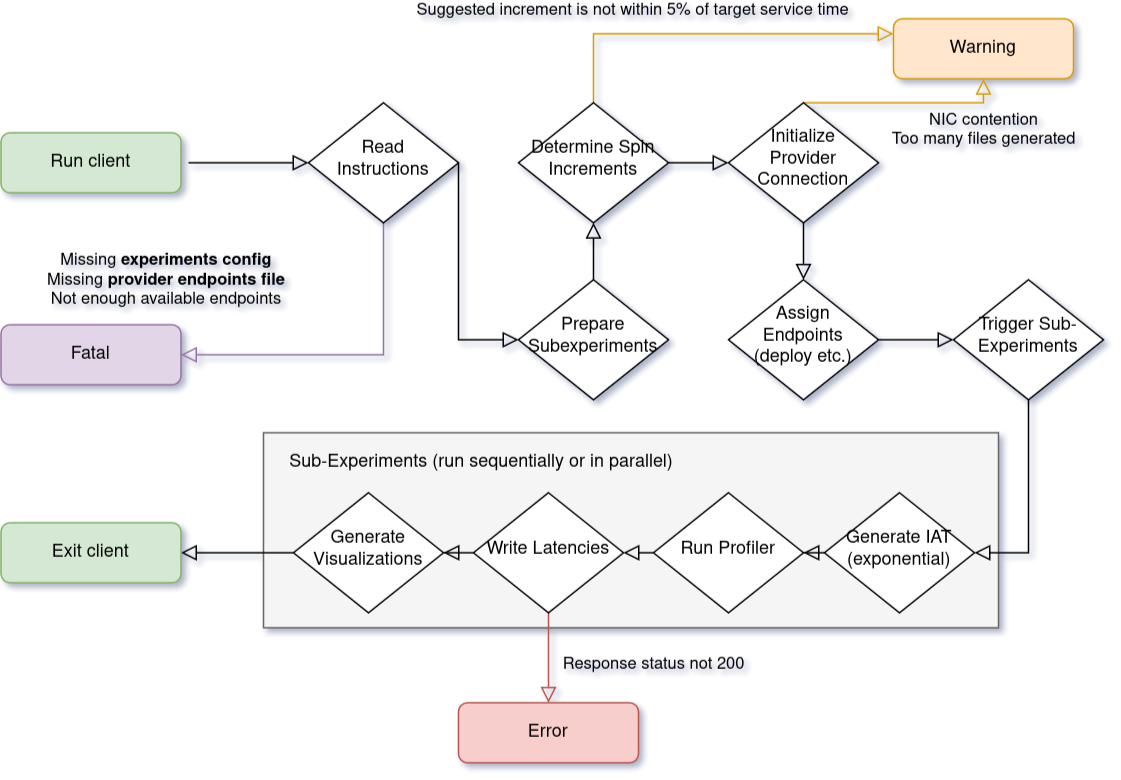
This is client/design/flow-chart.png from vhive-serverless/STeLLAR, a draw.io export, as it was before one commit. Source tidied: cells renumbered, new cells last; positions are measured from the earlier drawing's top-left corner, leaving out a move shared by most shapes.
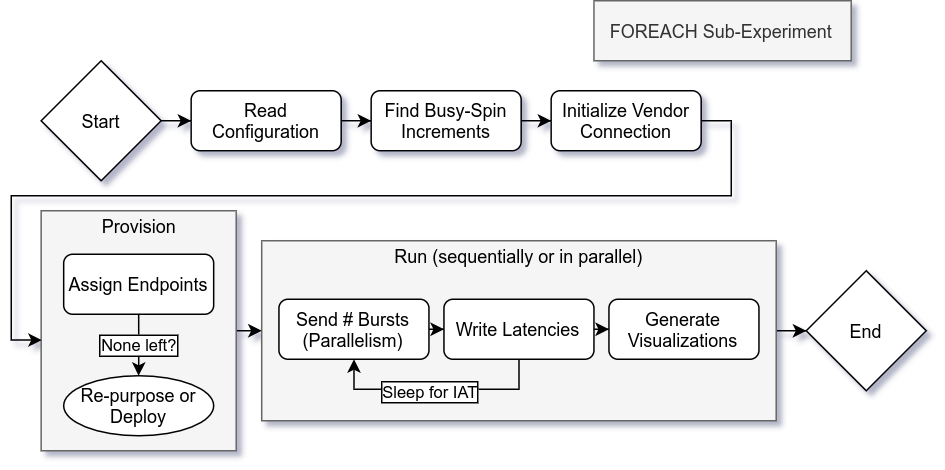
After the change.

The edit, as a diff of the source:
```diff
@@ -2,127 +2,102 @@
   <root>
     <mxCell id="0" />
     <mxCell id="1" parent="0" />
+    <mxCell id="34" style="edgeStyle=orthogonalEdgeStyle;rounded=0;jettySize=auto;html=1;strokeWidth=1;" parent="1" edge="1" source="35" target="33">
+      <mxGeometry relative="1" as="geometry" />
+    </mxCell>
+    <mxCell id="35" value="&lt;div align=&quot;left&quot;&gt;&lt;br&gt;&lt;/div&gt;" style="rounded=0;whiteSpace=wrap;html=1;labelBackgroundColor=none;fillColor=#f5f5f5;strokeColor=#666666;fontColor=#333333;" parent="1" vertex="1">
+      <mxGeometry x="132" y="144" width="343" height="120" as="geometry" />
+    </mxCell>
+    <mxCell id="36" style="edgeStyle=orthogonalEdgeStyle;rounded=0;jettySize=auto;html=1;entryX=0;entryY=0.5;entryDx=0;entryDy=0;exitX=1;exitY=0.5;exitDx=0;exitDy=0;" parent="1" edge="1" source="2" target="35">
+      <mxGeometry relative="1" as="geometry">
+        <Array as="points">
+          <mxPoint x="115" y="204" />
+          <mxPoint x="115" y="204" />
+        </Array>
+      </mxGeometry>
+    </mxCell>
     <mxCell id="2" value="&lt;div align=&quot;left&quot;&gt;&lt;br&gt;&lt;/div&gt;" style="rounded=0;whiteSpace=wrap;html=1;labelBackgroundColor=none;fillColor=#f5f5f5;strokeColor=#666666;fontColor=#333333;" parent="1" vertex="1">
-      <mxGeometry x="175" y="276" width="490" height="130" as="geometry" />
+      <mxGeometry x="-15.1" y="124" width="130" height="160" as="geometry" />
     </mxCell>
-    <mxCell id="3" style="rounded=0;html=1;jettySize=auto;fontSize=11;endArrow=block;endFill=0;endSize=8;strokeWidth=1;shadow=0;labelBackgroundColor=none;edgeStyle=orthogonalEdgeStyle;entryX=0;entryY=0.5;entryDx=0;entryDy=0;" parent="1" edge="1" target="8">
-      <mxGeometry relative="1" as="geometry">
-        <mxPoint x="125" y="96" as="sourcePoint" />
-      </mxGeometry>
-    </mxCell>
+    <mxCell id="37" style="edgeStyle=orthogonalEdgeStyle;rounded=0;jettySize=auto;html=1;strokeWidth=1;" parent="1" edge="1" source="4" target="8">
+      <mxGeometry relative="1" as="geometry" />
+    </mxCell>
-    <mxCell id="4" value="Run client" style="rounded=1;whiteSpace=wrap;html=1;fontSize=12;glass=0;strokeWidth=1;shadow=0;fillColor=#d5e8d4;strokeColor=#82b366;" parent="1" vertex="1">
-      <mxGeometry y="76" width="120" height="40" as="geometry" />
+    <mxCell id="4" value="Start" style="rhombus;whiteSpace=wrap;html=1;shadow=0;fontFamily=Helvetica;fontSize=12;fontColor=#000000;align=center;strokeColor=#000000;strokeWidth=1;fillColor=#ffffff;" parent="1" vertex="1">
+      <mxGeometry x="-15.1" y="24" width="80" height="80" as="geometry" />
     </mxCell>
-    <mxCell id="5" value="Missing &lt;b&gt;experiments config&lt;/b&gt;&lt;div&gt;Missing &lt;b&gt;provider endpoints file&lt;/b&gt;&lt;br&gt;&lt;/div&gt;&lt;div&gt;Not enough available endpoints&lt;br&gt;&lt;/div&gt;" style="edgeStyle=orthogonalEdgeStyle;rounded=0;html=1;jettySize=auto;fontSize=11;endArrow=block;endFill=0;endSize=8;strokeWidth=1;shadow=0;labelBackgroundColor=none;entryX=1;entryY=0.5;entryDx=0;entryDy=0;exitX=0.5;exitY=1;exitDx=0;exitDy=0;fillColor=#e1d5e7;strokeColor=#9673a6;" parent="1" edge="1" source="8" target="9">
-      <mxGeometry x="1" y="-51" relative="1" as="geometry">
-        <Array as="points">
-          <mxPoint x="255" y="224" />
-        </Array>
-        <mxPoint x="-10" y="1" as="offset" />
-      </mxGeometry>
-    </mxCell>
-    <mxCell id="6" value="&lt;div&gt;NIC contention&lt;/div&gt;&lt;div&gt;Too many files generated&lt;br&gt;&lt;/div&gt;" style="edgeStyle=orthogonalEdgeStyle;rounded=0;jettySize=auto;html=1;labelBackgroundColor=none;endArrow=block;endFill=0;endSize=8;startSize=8;entryX=0.5;entryY=1;entryDx=0;entryDy=0;exitX=0.5;exitY=0;exitDx=0;exitDy=0;fillColor=#ffe6cc;strokeColor=#d79b00;" parent="1" edge="1" source="32" target="13">
-      <mxGeometry x="0.76" y="-18" relative="1" as="geometry">
-        <Array as="points">
-          <mxPoint x="655" y="56" />
-        </Array>
-        <mxPoint x="-18" y="18" as="offset" />
-      </mxGeometry>
-    </mxCell>
-    <mxCell id="7" style="edgeStyle=orthogonalEdgeStyle;rounded=0;jettySize=auto;html=1;labelBackgroundColor=none;startSize=8;endArrow=block;endFill=0;endSize=8;fontColor=#000000;entryX=0;entryY=0.5;entryDx=0;entryDy=0;exitX=1;exitY=0.5;exitDx=0;exitDy=0;" parent="1" edge="1" source="8" target="16">
-      <mxGeometry relative="1" as="geometry">
-        <Array as="points">
-          <mxPoint x="305" y="96" />
-          <mxPoint x="305" y="186" />
-        </Array>
-      </mxGeometry>
-    </mxCell>
+    <mxCell id="38" style="edgeStyle=orthogonalEdgeStyle;rounded=0;jettySize=auto;html=1;strokeWidth=1;" parent="1" edge="1" source="8" target="28">
+      <mxGeometry relative="1" as="geometry" />
+    </mxCell>
-    <mxCell id="8" value="Read Instructions" style="rhombus;whiteSpace=wrap;html=1;shadow=0;fontFamily=Helvetica;fontSize=12;align=center;strokeWidth=1;spacing=6;spacingTop=-4;" parent="1" vertex="1">
-      <mxGeometry x="205" y="56" width="100" height="80" as="geometry" />
+    <mxCell id="8" value="Read Configuration" style="rounded=1;whiteSpace=wrap;html=1;shadow=0;fontFamily=Helvetica;fontSize=12;fontColor=#000000;align=center;strokeColor=#000000;strokeWidth=1;fillColor=#ffffff;" parent="1" vertex="1">
+      <mxGeometry x="84.9" y="44" width="100" height="40" as="geometry" />
     </mxCell>
-    <mxCell id="9" value="Fatal" style="rounded=1;whiteSpace=wrap;html=1;fontSize=12;glass=0;strokeWidth=1;shadow=0;fillColor=#e1d5e7;strokeColor=#9673a6;" parent="1" vertex="1">
-      <mxGeometry y="204" width="120" height="40" as="geometry" />
-    </mxCell>
-    <mxCell id="10" style="edgeStyle=orthogonalEdgeStyle;rounded=0;jettySize=auto;html=1;labelBackgroundColor=none;startSize=8;endArrow=block;endFill=0;endSize=8;fontColor=#000000;exitX=0.5;exitY=1;exitDx=0;exitDy=0;entryX=1;entryY=0.5;entryDx=0;entryDy=0;" parent="1" edge="1" source="11" target="18">
-      <mxGeometry relative="1" as="geometry">
-        <Array as="points">
-          <mxPoint x="685" y="356" />
-        </Array>
-      </mxGeometry>
-    </mxCell>
-    <mxCell id="11" value="Trigger Sub-Experiments" style="rhombus;whiteSpace=wrap;html=1;shadow=0;fontFamily=Helvetica;fontSize=12;align=center;strokeWidth=1;spacing=6;spacingTop=-4;" parent="1" vertex="1">
-      <mxGeometry x="635" y="174" width="100" height="80" as="geometry" />
-    </mxCell>
-    <mxCell id="12" value="Error" style="rounded=1;whiteSpace=wrap;html=1;fontSize=12;glass=0;strokeWidth=1;shadow=0;fillColor=#f8cecc;strokeColor=#b85450;" parent="1" vertex="1">
-      <mxGeometry x="305" y="456" width="120" height="40" as="geometry" />
-    </mxCell>
-    <mxCell id="13" value="Warning" style="rounded=1;whiteSpace=wrap;html=1;fontSize=12;glass=0;strokeWidth=1;shadow=0;labelBackgroundColor=none;fillColor=#ffe6cc;strokeColor=#d79b00;" parent="1" vertex="1">
-      <mxGeometry x="595" width="120" height="40" as="geometry" />
-    </mxCell>
-    <mxCell id="14" style="edgeStyle=orthogonalEdgeStyle;rounded=0;jettySize=auto;html=1;labelBackgroundColor=none;fontColor=#000000;endArrow=block;endFill=0;endSize=8;startSize=8;exitX=0.5;exitY=0;exitDx=0;exitDy=0;entryX=0.5;entryY=1;entryDx=0;entryDy=0;" parent="1" edge="1" source="16" target="28">
-      <mxGeometry relative="1" as="geometry" />
-    </mxCell>
-    <mxCell id="15" value="Suggested increment is not within 5% of target service time" style="edgeStyle=orthogonalEdgeStyle;rounded=0;jettySize=auto;html=1;labelBackgroundColor=none;startSize=8;endArrow=block;endFill=0;endSize=8;fontColor=#000000;entryX=0;entryY=0.25;entryDx=0;entryDy=0;exitX=0.5;exitY=0;exitDx=0;exitDy=0;fillColor=#ffe6cc;strokeColor=#d79b00;" parent="1" edge="1" source="28" target="13">
-      <mxGeometry x="-0.42" y="16" relative="1" as="geometry" />
-    </mxCell>
-    <mxCell id="16" value="Prepare Subexperiments" style="rhombus;whiteSpace=wrap;html=1;shadow=0;fontFamily=Helvetica;fontSize=12;align=center;strokeWidth=1;spacing=6;spacingTop=-4;" parent="1" vertex="1">
-      <mxGeometry x="345" y="174" width="100" height="80" as="geometry" />
-    </mxCell>
-    <mxCell id="17" style="edgeStyle=orthogonalEdgeStyle;rounded=0;jettySize=auto;html=1;labelBackgroundColor=none;startSize=8;endArrow=block;endFill=0;endSize=8;fontColor=#000000;" parent="1" edge="1" source="18" target="20">
-      <mxGeometry relative="1" as="geometry" />
-    </mxCell>
-    <mxCell id="18" value="Generate IAT (exponential)" style="rhombus;whiteSpace=wrap;html=1;shadow=0;fontFamily=Helvetica;fontSize=12;align=center;strokeWidth=1;spacing=6;spacingTop=-4;" parent="1" vertex="1">
-      <mxGeometry x="549" y="316" width="100" height="80" as="geometry" />
-    </mxCell>
-    <mxCell id="19" style="edgeStyle=orthogonalEdgeStyle;rounded=0;jettySize=auto;html=1;labelBackgroundColor=none;startSize=8;endArrow=block;endFill=0;endSize=8;fontColor=#000000;exitX=0;exitY=0.5;exitDx=0;exitDy=0;entryX=1;entryY=0.5;entryDx=0;entryDy=0;" parent="1" edge="1" source="20" target="23">
-      <mxGeometry relative="1" as="geometry">
-        <Array as="points">
-          <mxPoint x="435" y="356" />
-          <mxPoint x="435" y="356" />
-        </Array>
-      </mxGeometry>
+    <mxCell id="19" style="edgeStyle=orthogonalEdgeStyle;rounded=0;jettySize=auto;html=1;strokeWidth=1;" parent="1" edge="1" source="20" target="23">
+      <mxGeometry relative="1" as="geometry" />
     </mxCell>
-    <mxCell id="20" value="Run Profiler" style="rhombus;whiteSpace=wrap;html=1;shadow=0;fontFamily=Helvetica;fontSize=12;align=center;strokeWidth=1;spacing=6;spacingTop=-4;" parent="1" vertex="1">
-      <mxGeometry x="435" y="316" width="100" height="80" as="geometry" />
+    <mxCell id="20" value="Send # Bursts (Parallelism)" style="rounded=1;whiteSpace=wrap;html=1;shadow=0;fontFamily=Helvetica;fontSize=12;fontColor=#000000;align=center;strokeColor=#000000;strokeWidth=1;fillColor=#ffffff;" parent="1" vertex="1">
+      <mxGeometry x="143.5" y="183" width="100" height="40" as="geometry" />
     </mxCell>
-    <mxCell id="21" value="Response status not 200" style="edgeStyle=orthogonalEdgeStyle;rounded=0;sketch=0;jettySize=auto;html=1;labelBackgroundColor=none;startSize=8;endArrow=block;endFill=0;endSize=8;fontColor=#000000;fillColor=#f8cecc;strokeColor=#b85450;" parent="1" edge="1" source="23" target="12">
-      <mxGeometry x="0.14" y="70" relative="1" as="geometry" />
-    </mxCell>
+    <mxCell id="39" style="edgeStyle=orthogonalEdgeStyle;rounded=0;jettySize=auto;html=1;entryX=0.5;entryY=1;entryDx=0;entryDy=0;exitX=0.5;exitY=1;exitDx=0;exitDy=0;" parent="1" edge="1" source="23" target="20">
+      <mxGeometry relative="1" as="geometry" />
+    </mxCell>
+    <mxCell id="40" value="Sleep for IAT" style="edgeLabel;html=1;align=center;verticalAlign=middle;labelBorderColor=#000000;" parent="39" vertex="1">
+      <mxGeometry x="0.26" relative="1" as="geometry">
+        <mxPoint x="14.4" y="2" as="offset" />
+      </mxGeometry>
+    </mxCell>
-    <mxCell id="22" style="edgeStyle=orthogonalEdgeStyle;rounded=0;sketch=0;jettySize=auto;html=1;labelBackgroundColor=none;startSize=8;endArrow=block;endFill=0;endSize=8;fontColor=#000000;" parent="1" edge="1" source="23" target="26">
+    <mxCell id="22" style="edgeStyle=orthogonalEdgeStyle;rounded=0;jettySize=auto;html=1;strokeWidth=1;" parent="1" edge="1" source="23" target="26">
       <mxGeometry relative="1" as="geometry" />
     </mxCell>
-    <mxCell id="23" value="Write Latencies" style="rhombus;whiteSpace=wrap;html=1;shadow=0;fontFamily=Helvetica;fontSize=12;align=center;strokeWidth=1;spacing=6;spacingTop=-4;" parent="1" vertex="1">
-      <mxGeometry x="315" y="316" width="100" height="80" as="geometry" />
+    <mxCell id="23" value="Write Latencies" style="rounded=1;whiteSpace=wrap;html=1;shadow=0;fontFamily=Helvetica;fontSize=12;fontColor=#000000;align=center;strokeColor=#000000;strokeWidth=1;fillColor=#ffffff;" parent="1" vertex="1">
+      <mxGeometry x="253.5" y="183" width="100" height="40" as="geometry" />
     </mxCell>
-    <mxCell id="24" value="Sub-Experiments (run sequentially or in parallel)" style="text;html=1;align=center;verticalAlign=middle;fontColor=#000000;" parent="1" vertex="1">
-      <mxGeometry x="185" y="286" width="270" height="20" as="geometry" />
+    <mxCell id="24" value="Run (sequentially or in parallel)" style="text;html=1;align=center;verticalAlign=middle;fontColor=#000000;" parent="1" vertex="1">
+      <mxGeometry x="213.5" y="144" width="180" height="20" as="geometry" />
     </mxCell>
-    <mxCell id="25" style="edgeStyle=orthogonalEdgeStyle;rounded=0;jettySize=auto;html=1;startSize=8;endArrow=block;endFill=0;endSize=8;" parent="1" edge="1" source="26" target="33">
-      <mxGeometry relative="1" as="geometry" />
-    </mxCell>
-    <mxCell id="26" value="Generate Visualizations" style="rhombus;whiteSpace=wrap;html=1;shadow=0;fontFamily=Helvetica;fontSize=12;align=center;strokeWidth=1;spacing=6;spacingTop=-4;" parent="1" vertex="1">
-      <mxGeometry x="195" y="316" width="100" height="80" as="geometry" />
+    <mxCell id="26" value="Generate Visualizations" style="rounded=1;whiteSpace=wrap;html=1;shadow=0;fontFamily=Helvetica;fontSize=12;fontColor=#000000;align=center;strokeColor=#000000;strokeWidth=1;fillColor=#ffffff;" parent="1" vertex="1">
+      <mxGeometry x="363.5" y="183" width="100" height="40" as="geometry" />
     </mxCell>
-    <mxCell id="27" style="edgeStyle=orthogonalEdgeStyle;rounded=0;jettySize=auto;html=1;startSize=8;endArrow=block;endFill=0;endSize=8;" parent="1" edge="1" source="28" target="32">
+    <mxCell id="27" style="edgeStyle=orthogonalEdgeStyle;rounded=0;jettySize=auto;html=1;strokeWidth=1;" parent="1" edge="1" source="28" target="32">
       <mxGeometry relative="1" as="geometry" />
     </mxCell>
-    <mxCell id="28" value="Determine Spin Increments" style="rhombus;whiteSpace=wrap;html=1;shadow=0;fontFamily=Helvetica;fontSize=12;align=center;strokeWidth=1;spacing=6;spacingTop=-4;" parent="1" vertex="1">
-      <mxGeometry x="345" y="56" width="100" height="80" as="geometry" />
+    <mxCell id="28" value="Find Busy-Spin Increments" style="rounded=1;whiteSpace=wrap;html=1;shadow=0;fontFamily=Helvetica;fontSize=12;fontColor=#000000;align=center;strokeColor=#000000;strokeWidth=1;fillColor=#ffffff;" parent="1" vertex="1">
+      <mxGeometry x="204.9" y="44" width="100" height="40" as="geometry" />
     </mxCell>
-    <mxCell id="29" style="edgeStyle=orthogonalEdgeStyle;rounded=0;jettySize=auto;html=1;startSize=8;endArrow=block;endFill=0;endSize=8;" parent="1" edge="1" source="30" target="11">
-      <mxGeometry relative="1" as="geometry" />
-    </mxCell>
+    <mxCell id="41" value="None left?" style="edgeStyle=orthogonalEdgeStyle;rounded=0;jettySize=auto;html=1;labelBorderColor=#000000;exitX=0.5;exitY=1;exitDx=0;exitDy=0;entryX=0.5;entryY=0;entryDx=0;entryDy=0;" parent="1" edge="1" source="30" target="43">
+      <mxGeometry x="0.02" relative="1" as="geometry">
+        <Array as="points">
+          <mxPoint x="50" y="214" />
+          <mxPoint x="50" y="214" />
+        </Array>
+      </mxGeometry>
+    </mxCell>
-    <mxCell id="30" value="Assign Endpoints (deploy etc.)" style="rhombus;whiteSpace=wrap;html=1;shadow=0;fontFamily=Helvetica;fontSize=12;align=center;strokeWidth=1;spacing=6;spacingTop=-4;" parent="1" vertex="1">
-      <mxGeometry x="485" y="174" width="100" height="80" as="geometry" />
+    <mxCell id="30" value="Assign Endpoints" style="rounded=1;whiteSpace=wrap;html=1;shadow=0;fontFamily=Helvetica;fontSize=12;fontColor=#000000;align=center;strokeColor=#000000;strokeWidth=1;fillColor=#ffffff;" parent="1" vertex="1">
+      <mxGeometry y="153" width="100" height="40" as="geometry" />
     </mxCell>
-    <mxCell id="31" style="edgeStyle=orthogonalEdgeStyle;rounded=0;jettySize=auto;html=1;startSize=8;endArrow=block;endFill=0;endSize=8;" parent="1" edge="1" source="32" target="30">
-      <mxGeometry relative="1" as="geometry" />
-    </mxCell>
+    <mxCell id="42" style="edgeStyle=orthogonalEdgeStyle;rounded=0;jettySize=auto;html=1;strokeWidth=1;entryX=0.003;entryY=0.539;entryDx=0;entryDy=0;entryPerimeter=0;exitX=1;exitY=0.5;exitDx=0;exitDy=0;" parent="1" edge="1" source="32" target="2">
+      <mxGeometry relative="1" as="geometry">
+        <Array as="points">
+          <mxPoint x="445" y="64" />
+          <mxPoint x="445" y="114" />
+          <mxPoint x="-35" y="114" />
+          <mxPoint x="-35" y="210" />
+        </Array>
+      </mxGeometry>
+    </mxCell>
-    <mxCell id="32" value="Initialize Provider Connection" style="rhombus;whiteSpace=wrap;html=1;shadow=0;fontFamily=Helvetica;fontSize=12;align=center;strokeWidth=1;spacing=6;spacingTop=-4;" parent="1" vertex="1">
-      <mxGeometry x="485" y="56" width="100" height="80" as="geometry" />
+    <mxCell id="32" value="Initialize Vendor Connection" style="rounded=1;whiteSpace=wrap;html=1;shadow=0;fontFamily=Helvetica;fontSize=12;fontColor=#000000;align=center;strokeColor=#000000;strokeWidth=1;fillColor=#ffffff;" parent="1" vertex="1">
+      <mxGeometry x="324.9" y="44" width="100" height="40" as="geometry" />
     </mxCell>
-    <mxCell id="33" value="Exit client" style="rounded=1;whiteSpace=wrap;html=1;fontSize=12;glass=0;strokeWidth=1;shadow=0;fillColor=#d5e8d4;strokeColor=#82b366;" parent="1" vertex="1">
-      <mxGeometry y="336" width="120" height="40" as="geometry" />
+    <mxCell id="33" value="End" style="rhombus;whiteSpace=wrap;html=1;shadow=0;fontFamily=Helvetica;fontSize=12;fontColor=#000000;align=center;strokeColor=#000000;strokeWidth=1;fillColor=#ffffff;" parent="1" vertex="1">
+      <mxGeometry x="495" y="164" width="80" height="80" as="geometry" />
     </mxCell>
+    <mxCell id="43" value="Re-purpose or Deploy" style="ellipse;whiteSpace=wrap;html=1;shadow=0;fontFamily=Helvetica;fontSize=12;fontColor=#000000;align=center;strokeColor=#000000;strokeWidth=1;fillColor=#ffffff;" parent="1" vertex="1">
+      <mxGeometry y="234" width="100" height="40" as="geometry" />
+    </mxCell>
+    <mxCell id="44" value="Provision" style="text;html=1;align=center;verticalAlign=middle;fontColor=#000000;" parent="1" vertex="1">
+      <mxGeometry x="20" y="124" width="60" height="20" as="geometry" />
+    </mxCell>
+    <mxCell id="45" value="&lt;div align=&quot;left&quot;&gt;FOREACH Sub-Experiment&lt;/div&gt;" style="rounded=0;whiteSpace=wrap;html=1;labelBackgroundColor=none;fillColor=#f5f5f5;strokeColor=#666666;fontColor=#333333;" parent="1" vertex="1">
+      <mxGeometry x="353.5" y="-16" width="171.5" height="40" as="geometry" />
+    </mxCell>
   </root>
 </mxGraphModel>
```
